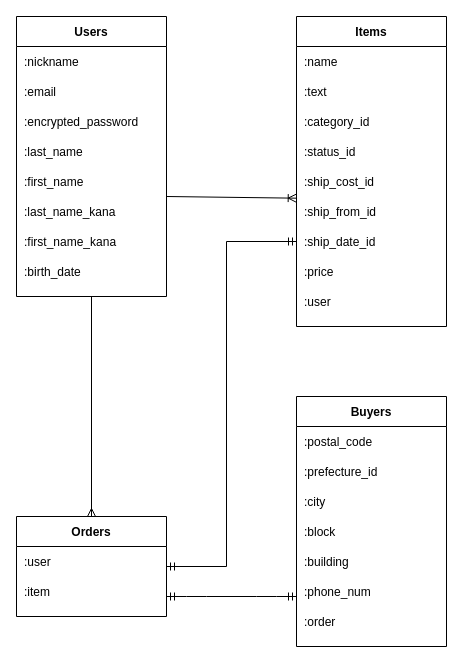
Above: DB設計.dio in emisuke0301/furima-35227 (draw.io), before the change. Source tidied: cells renumbered, new cells numbered last; positions are measured from the earlier drawing's top-left corner, leaving out a move shared by most shapes. Both pictures are drawn from the tidied source at 100%, with x=0, y=0 at pixel (16, 16).
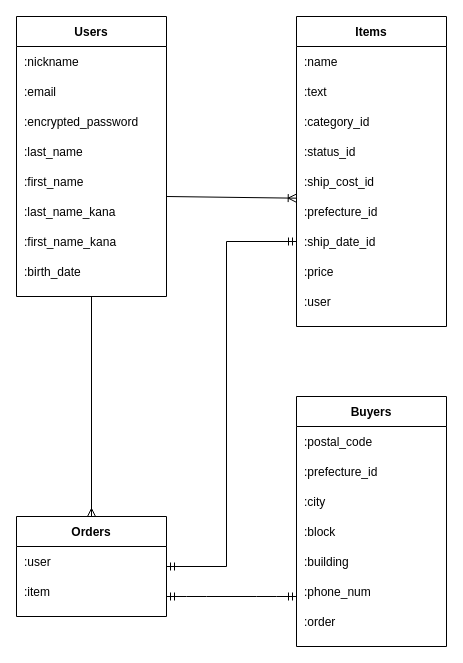
After the change.

Commit message (it also covers changes not shown here):
都道府県カラムの統一

The change refers to these unchanged cells:
```xml
<mxCell id="31" style="shape=partialRectangle;fillColor=none;top=0;left=0;bottom=0;right=0;points=[[0,0.5],[1,0.5]];portConstraint=eastwest;" parent="20" vertex="1">
  <mxGeometry y="180" width="150" height="30" as="geometry" />
</mxCell>
```

Diff of the diagram source:
```diff
@@
-    <mxCell id="32" value=":ship_from_id" style="shape=partialRectangle;fillColor=none;top=0;left=0;bottom=0;right=0;align=left;spacingLeft=6;overflow=hidden;" parent="31" vertex="1">
+    <mxCell id="32" value=":prefecture_id" style="shape=partialRectangle;fillColor=none;top=0;left=0;bottom=0;right=0;align=left;spacingLeft=6;overflow=hidden;" parent="31" vertex="1">
       <mxGeometry width="150" height="30" as="geometry" />
     </mxCell>
```
